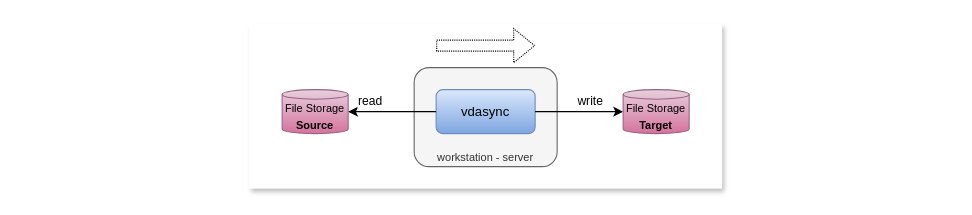
The draw.io diagram page "local" (1 of 11) of docs/images/vdasync.drawio in t-beigbeder/vdasync, before the edit. Source tidied: cells renumbered, new cells numbered last; positions are measured from the earlier drawing's top-left corner, leaving out a move shared by most shapes. Both pictures are drawn from the tidied source at 110%, with x=0, y=0 at pixel (249, 23).
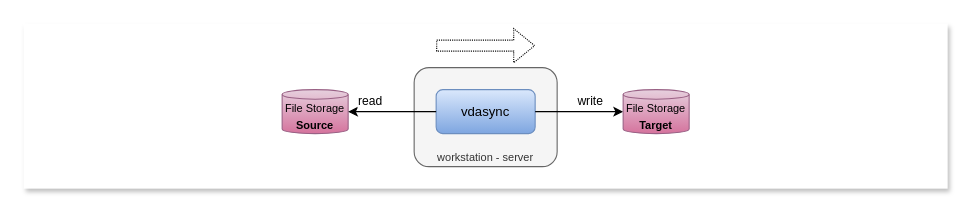
After the change.

What changed in the source:
```diff
@@
 <mxGraphModel>
   <root>
     <mxCell id="0" />
     <mxCell id="1" parent="0" />
-    <mxCell id="2" style="rounded=0;whiteSpace=wrap;html=1;shadow=1;glass=0;strokeColor=none;" parent="1" vertex="1">
-      <mxGeometry width="430" height="150" as="geometry" />
-    </mxCell>
+    <mxCell id="10" style="rounded=0;whiteSpace=wrap;html=1;shadow=1;glass=0;strokeColor=none;" parent="1" vertex="1">
+      <mxGeometry x="-205" width="840" height="150" as="geometry" />
+    </mxCell>
     <mxCell id="3" value="workstation - server" style="rounded=1;whiteSpace=wrap;html=1;verticalAlign=bottom;fillColor=#f5f5f5;fontColor=#333333;strokeColor=#666666;fontSize=10;" parent="1" vertex="1">
       <mxGeometry x="150" y="40" width="130" height="90" as="geometry" />
     </mxCell>
     <mxCell id="4" value="vdasync" style="rounded=1;whiteSpace=wrap;html=1;fillColor=#dae8fc;strokeColor=#6c8ebf;gradientColor=#7ea6e0;" parent="1" vertex="1">
       <mxGeometry x="170" y="60" width="90" height="40" as="geometry" />
     </mxCell>
     <mxCell id="5" value="&lt;font style=&quot;font-size: 10px;&quot;&gt;File Storage&lt;/font&gt;&lt;div&gt;&lt;font style=&quot;font-size: 10px;&quot;&gt;&lt;b&gt;Source&lt;/b&gt;&lt;/font&gt;&lt;/div&gt;" style="shape=cylinder3;whiteSpace=wrap;html=1;boundedLbl=1;backgroundOutline=1;size=4.3333333333334;fillColor=#e6d0de;strokeColor=#996185;gradientColor=#d5739d;" parent="1" vertex="1">
       <mxGeometry x="30" y="60" width="60" height="40" as="geometry" />
     </mxCell>
     <mxCell id="6" value="read" style="endArrow=none;html=1;rounded=0;entryX=0;entryY=0.5;entryDx=0;entryDy=0;exitX=1;exitY=0.5;exitDx=0;exitDy=0;exitPerimeter=0;startArrow=classic;startFill=1;endFill=0;" parent="1" edge="1" source="5" target="4">
       <mxGeometry x="-0.5" y="10" relative="1" as="geometry" />
     </mxCell>
     <mxCell id="7" value="write" style="endArrow=classic;html=1;rounded=0;entryX=0;entryY=0.5;entryDx=0;entryDy=0;exitX=1;exitY=0.5;exitDx=0;exitDy=0;entryPerimeter=0;" parent="1" edge="1" source="4" target="8">
       <mxGeometry x="0.25" y="10" relative="1" as="geometry" />
     </mxCell>
     <mxCell id="8" value="&lt;font style=&quot;font-size: 10px;&quot;&gt;File Storage&lt;/font&gt;&lt;div&gt;&lt;font style=&quot;font-size: 10px;&quot;&gt;&lt;b&gt;Target&lt;/b&gt;&lt;/font&gt;&lt;/div&gt;" style="shape=cylinder3;whiteSpace=wrap;html=1;boundedLbl=1;backgroundOutline=1;size=4.3333333333334;fillColor=#e6d0de;strokeColor=#996185;gradientColor=#d5739d;" parent="1" vertex="1">
       <mxGeometry x="340" y="60" width="60" height="40" as="geometry" />
     </mxCell>
     <mxCell id="9" style="shape=flexArrow;endArrow=classic;html=1;rounded=0;dashed=1;dashPattern=1 1;" parent="1" edge="1">
       <mxGeometry relative="1" as="geometry">
         <mxPoint x="170" y="20" as="sourcePoint" />
         <mxPoint x="260" y="20" as="targetPoint" />
       </mxGeometry>
     </mxCell>
   </root>
 </mxGraphModel>
```
